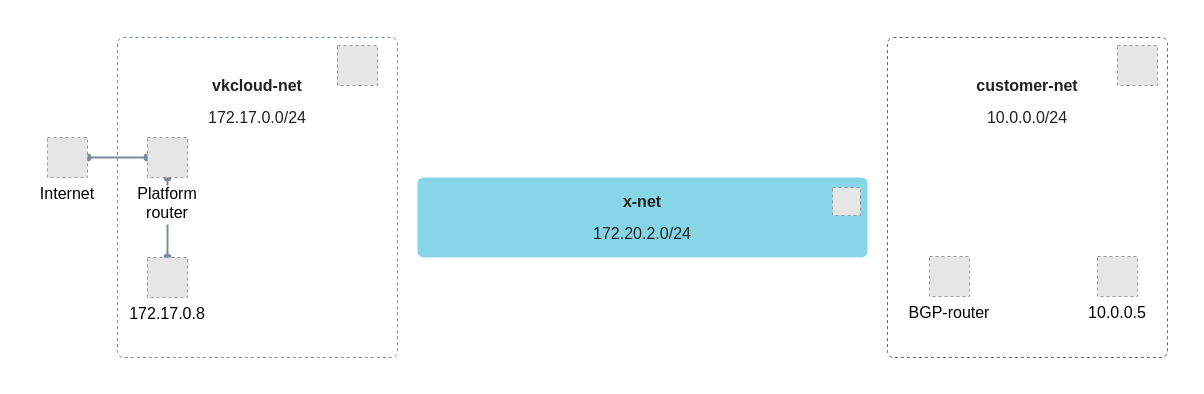
vk-cs/docs-public keeps this draw.io diagram as page "before" (1 of 2) of docs/ru/networks/vnet/use-cases/advanced-router/assets/advanced-router.drawio. Above is the earlier version. Source tidied: cells renumbered, new cells numbered last; positions are measured from the earlier drawing's top-left corner, leaving out a move shared by most shapes. Both pictures are drawn from the tidied source at 100%, with x=0, y=0 at pixel (17, 17). Pictures stored in the file or linked from it are replaced by grey dashed boxes.
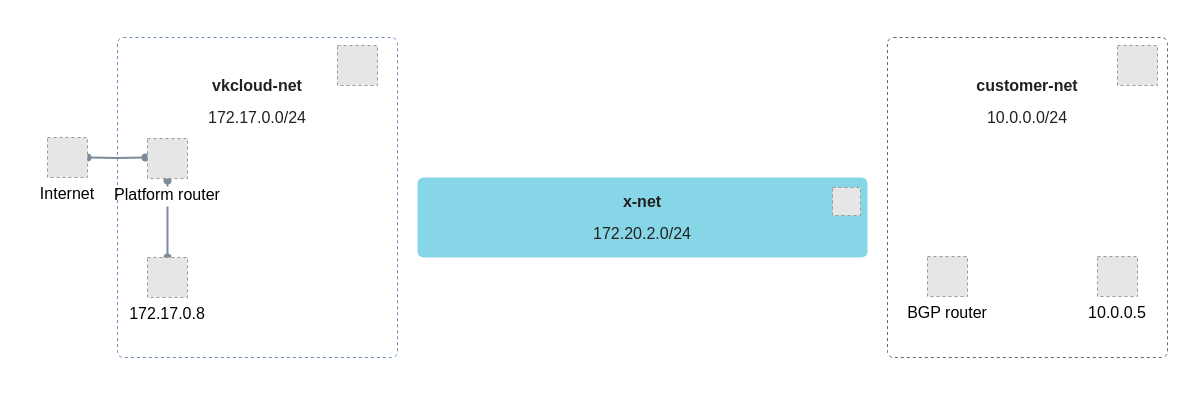
The same diagram, later.

The edit, as a diff of the source:
```diff
@@
 <mxGraphModel>
   <root>
     <mxCell id="0" />
     <mxCell id="1" parent="0" />
     <mxCell id="2" style="rounded=0;whiteSpace=wrap;html=1;hachureGap=4;fontFamily=Architects Daughter;fontSize=20;fillColor=none;strokeColor=none;" parent="1" vertex="1">
       <mxGeometry width="1170" height="360" as="geometry" />
     </mxCell>
     <mxCell id="3" value="&lt;p style=&quot;line-height: 200%; font-size: 16px;&quot;&gt;&lt;font color=&quot;#212121&quot; style=&quot;font-size: 16px;&quot;&gt;&lt;b style=&quot;font-size: 16px;&quot;&gt;vkcloud-net&lt;br style=&quot;font-size: 16px;&quot;&gt;&lt;/b&gt;172.17.0.0/24&lt;br style=&quot;font-size: 16px;&quot;&gt;&lt;/font&gt;&lt;/p&gt;" style="rounded=1;whiteSpace=wrap;html=1;fontFamily=VK Sans Display;strokeColor=#6c8ebf;arcsize=12;fillColor=none;spacing=0;spacingTop=12;spacingBottom=12;arcSize=12;absoluteArcSize=1;verticalAlign=top;align=center;dashed=1;strokeWidth=1;fontSize=16;" parent="1" vertex="1">
       <mxGeometry x="100" y="20" width="280" height="320" as="geometry" />
     </mxCell>
     <mxCell id="4" style="fillColor=#E6E6E6;strokeColor=#999999;dashed=1;verticalLabelPosition=bottom;labelBackgroundColor=default;verticalAlign=top;" parent="1" vertex="1">
       <mxGeometry x="320" y="28" width="40" height="40" as="geometry" />
     </mxCell>
     <mxCell id="5" value="&lt;p style=&quot;line-height: 200%; font-size: 16px;&quot;&gt;&lt;font color=&quot;#212121&quot; style=&quot;font-size: 16px;&quot;&gt;&lt;b style=&quot;font-size: 16px;&quot;&gt;customer-net&lt;br style=&quot;font-size: 16px;&quot;&gt;&lt;/b&gt;10.0.0.0/24&lt;br style=&quot;font-size: 16px;&quot;&gt;&lt;/font&gt;&lt;/p&gt;" style="rounded=1;whiteSpace=wrap;html=1;fontFamily=VK Sans Display;strokeColor=#666666;arcsize=12;fillColor=none;spacing=0;spacingTop=12;spacingBottom=12;arcSize=12;absoluteArcSize=1;verticalAlign=top;fontColor=#333333;dashed=1;fontSize=16;" parent="1" vertex="1">
       <mxGeometry x="870" y="20" width="280" height="320" as="geometry" />
     </mxCell>
     <mxCell id="6" value="&lt;p style=&quot;line-height: 200%; font-size: 16px;&quot;&gt;&lt;font style=&quot;font-size: 16px;&quot; color=&quot;#212121&quot;&gt;&lt;b&gt;x-net&lt;br&gt;&lt;/b&gt;172.20.2.0/24&lt;br&gt;&lt;/font&gt;&lt;/p&gt;" style="rounded=1;whiteSpace=wrap;html=1;fontFamily=VK Sans Display;strokeColor=none;arcsize=12;fillColor=#87D6E8;spacing=0;spacingTop=12;spacingBottom=12;arcSize=12;absoluteArcSize=1;dashed=1;" parent="1" vertex="1">
       <mxGeometry x="400" y="160" width="450" height="80" as="geometry" />
     </mxCell>
-    <mxCell id="7" style="edgeStyle=orthogonalEdgeStyle;shape=connector;rounded=0;hachureGap=4;jettySize=auto;html=1;labelBackgroundColor=default;strokeColor=#7C8A9A;strokeWidth=2;fontFamily=Architects Daughter;fontSize=16;fontColor=default;startArrow=oval;startFill=1;endArrow=oval;endFill=1;" parent="1" edge="1" source="8" target="10">
-      <mxGeometry relative="1" as="geometry" />
+    <mxCell id="7" style="edgeStyle=orthogonalEdgeStyle;shape=connector;rounded=0;hachureGap=4;jettySize=auto;html=1;labelBackgroundColor=default;strokeColor=#7C8A9A;strokeWidth=2;fontFamily=Architects Daughter;fontSize=16;fontColor=default;startArrow=oval;startFill=1;endArrow=oval;endFill=1;" parent="1" edge="1" source="8">
+      <mxGeometry relative="1" as="geometry">
+        <mxPoint x="150" y="163" as="targetPoint" />
+      </mxGeometry>
     </mxCell>
     <mxCell id="8" value="172.17.0.8" style="fillColor=#E6E6E6;strokeColor=#999999;dashed=1;verticalLabelPosition=bottom;labelBackgroundColor=default;verticalAlign=top;fontSize=16;fontFamily=VK Sans Display;" parent="1" vertex="1">
       <mxGeometry x="130" y="240" width="40" height="40" as="geometry" />
     </mxCell>
-    <mxCell id="9" style="edgeStyle=orthogonalEdgeStyle;shape=connector;rounded=0;hachureGap=4;jettySize=auto;html=1;exitX=0;exitY=0.5;exitDx=0;exitDy=0;entryX=1;entryY=0.5;entryDx=0;entryDy=0;labelBackgroundColor=default;strokeColor=#7C8A9A;strokeWidth=2;fontFamily=Architects Daughter;fontSize=16;fontColor=default;startArrow=oval;startFill=1;endArrow=oval;endFill=1;" parent="1" edge="1" source="10" target="14">
-      <mxGeometry relative="1" as="geometry" />
+    <mxCell id="9" style="edgeStyle=orthogonalEdgeStyle;shape=connector;rounded=0;hachureGap=4;jettySize=auto;html=1;exitX=0;exitY=0.5;exitDx=0;exitDy=0;entryX=1;entryY=0.5;entryDx=0;entryDy=0;labelBackgroundColor=default;strokeColor=#7C8A9A;strokeWidth=2;fontFamily=Architects Daughter;fontSize=16;fontColor=default;startArrow=oval;startFill=1;endArrow=oval;endFill=1;" parent="1" edge="1" target="14">
+      <mxGeometry relative="1" as="geometry">
+        <mxPoint x="128" y="140" as="sourcePoint" />
+      </mxGeometry>
     </mxCell>
-    <mxCell id="10" value="Platform&#10;router" style="fillColor=#E6E6E6;strokeColor=#999999;dashed=1;verticalLabelPosition=bottom;labelBackgroundColor=default;verticalAlign=top;fontFamily=VK Sans Display;fontSize=16;" parent="1" vertex="1">
-      <mxGeometry x="130" y="120" width="40" height="40" as="geometry" />
-    </mxCell>
     <mxCell id="11" value="10.0.0.5" style="fillColor=#E6E6E6;strokeColor=#999999;dashed=1;verticalLabelPosition=bottom;labelBackgroundColor=default;verticalAlign=top;fontFamily=VK Sans Display;fontSize=16;" parent="1" vertex="1">
       <mxGeometry x="1080" y="239" width="40" height="40" as="geometry" />
     </mxCell>
-    <mxCell id="12" value="BGP-router" style="fillColor=#E6E6E6;strokeColor=#999999;dashed=1;verticalLabelPosition=bottom;labelBackgroundColor=default;verticalAlign=top;fontSize=16;" parent="1" vertex="1">
-      <mxGeometry x="912" y="239" width="40" height="40" as="geometry" />
-    </mxCell>
     <mxCell id="13" style="fillColor=#E6E6E6;strokeColor=#999999;dashed=1;verticalLabelPosition=bottom;labelBackgroundColor=default;verticalAlign=top;" parent="1" vertex="1">
       <mxGeometry x="1100" y="28" width="40" height="40" as="geometry" />
     </mxCell>
     <mxCell id="14" value="Internet" style="fillColor=#E6E6E6;strokeColor=#999999;dashed=1;verticalLabelPosition=bottom;labelBackgroundColor=default;verticalAlign=top;fontSize=16;fontFamily=VK Sans Display;" parent="1" vertex="1">
       <mxGeometry x="30" y="120" width="40" height="40" as="geometry" />
     </mxCell>
     <mxCell id="15" style="fillColor=#E6E6E6;strokeColor=#999999;dashed=1;verticalLabelPosition=bottom;labelBackgroundColor=default;verticalAlign=top;" parent="1" vertex="1">
       <mxGeometry x="815" y="170" width="28" height="28" as="geometry" />
     </mxCell>
+    <mxCell id="16" value="BGP router" style="fillColor=#E6E6E6;strokeColor=#999999;dashed=1;verticalLabelPosition=bottom;labelBackgroundColor=default;verticalAlign=top;fontSize=16;fontFamily=VK Sans Display;" parent="1" vertex="1">
+      <mxGeometry x="910" y="239" width="40" height="40" as="geometry" />
+    </mxCell>
+    <mxCell id="10" value="Platform router" style="fillColor=#E6E6E6;strokeColor=#999999;dashed=1;verticalLabelPosition=bottom;labelBackgroundColor=default;verticalAlign=top;fontSize=16;fontFamily=VK Sans Display;" parent="1" vertex="1">
+      <mxGeometry x="130" y="121" width="40" height="40" as="geometry" />
+    </mxCell>
   </root>
 </mxGraphModel>
```
